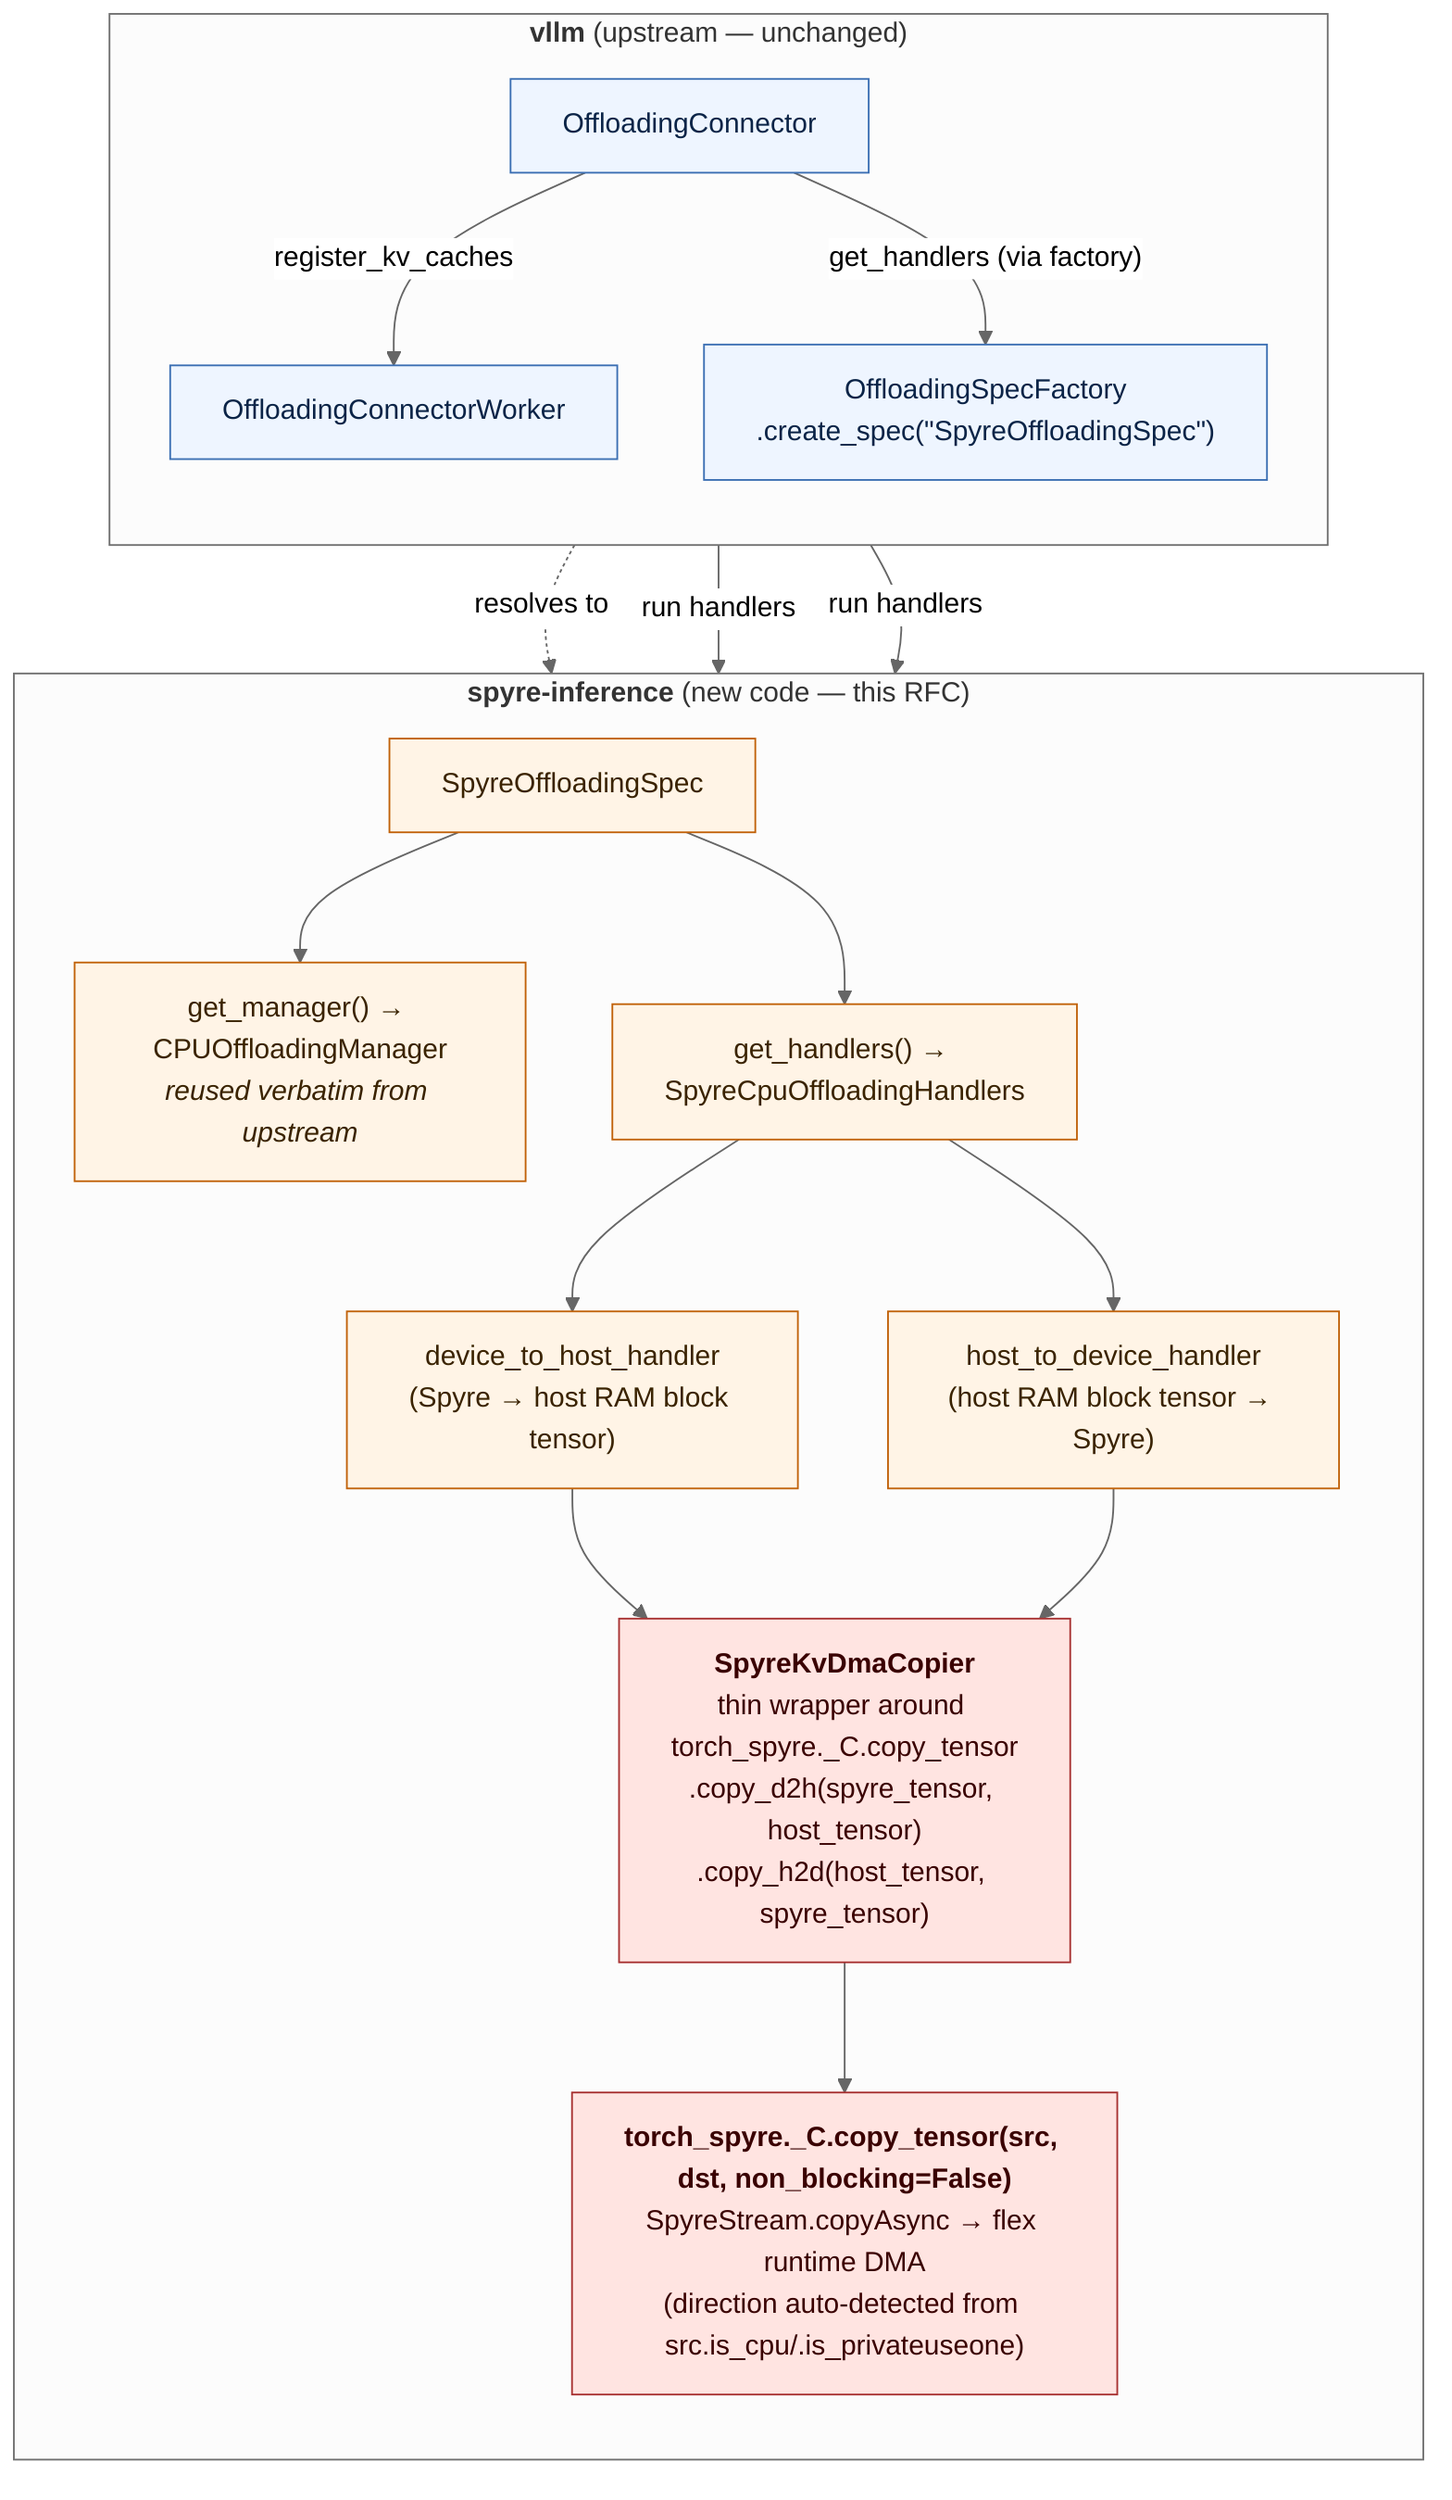
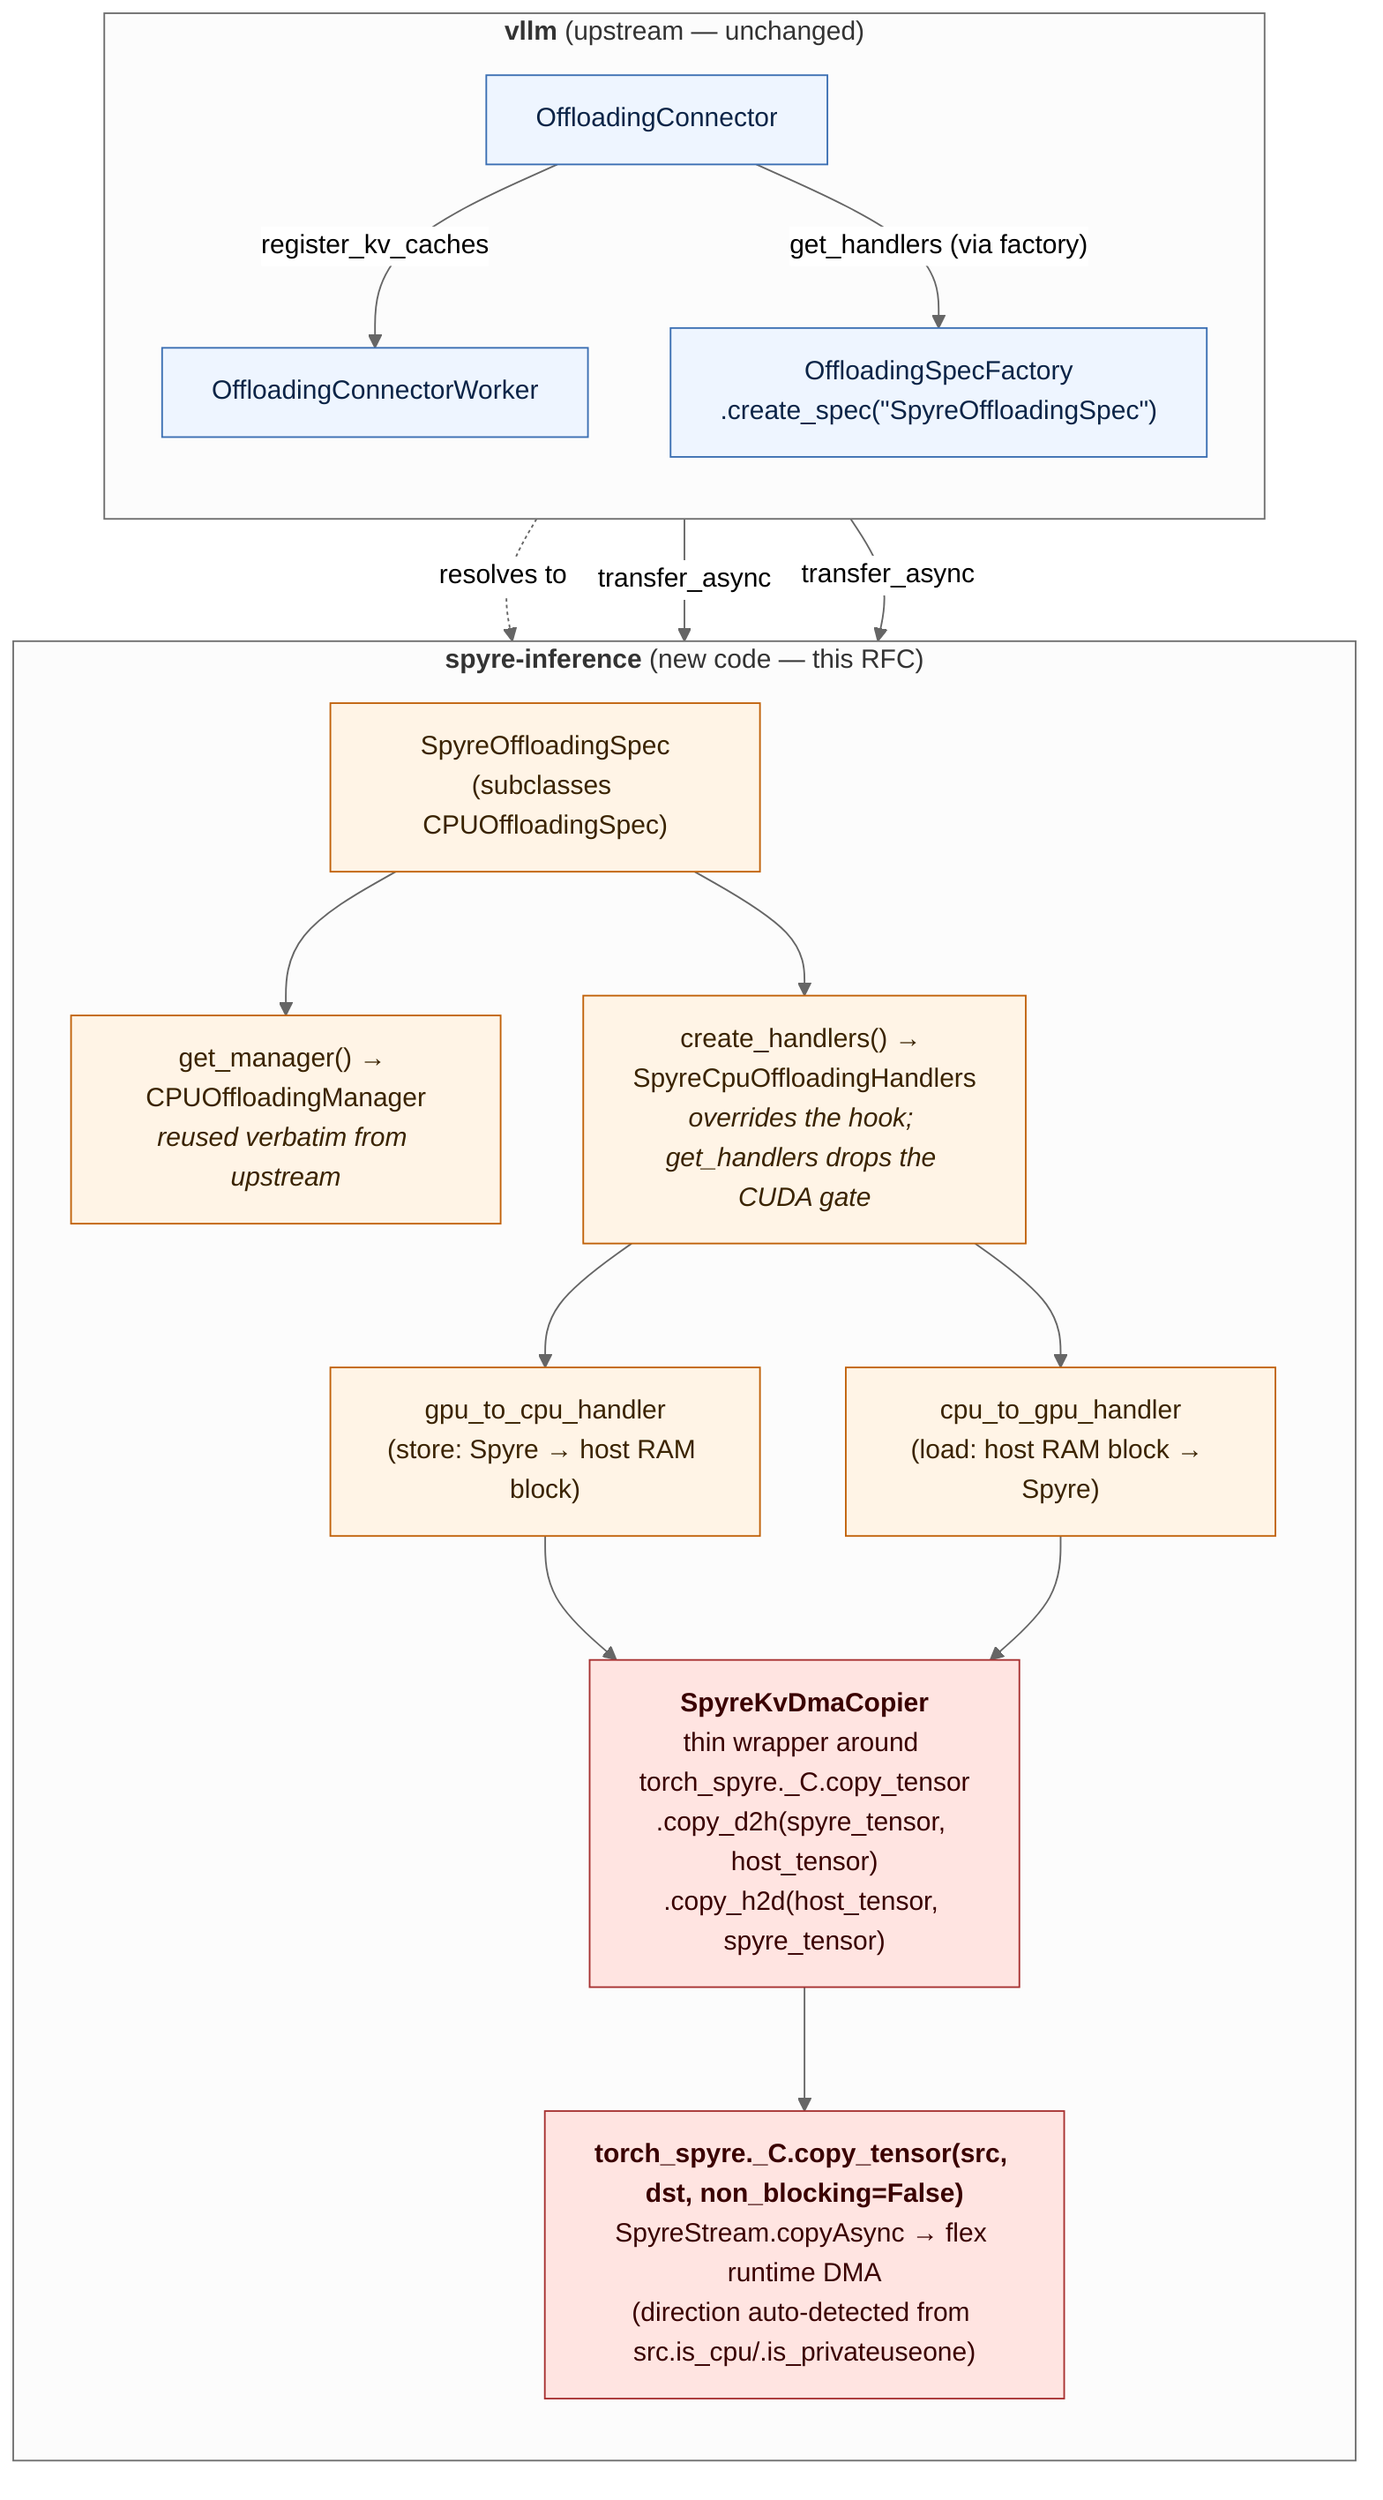
%%{ init: { "flowchart": { "htmlLabels": true, "curve": "basis" }, "theme": "neutral" } }%%
flowchart TB

    subgraph vllm["<b>vllm</b> (upstream — unchanged)"]
        direction TB
        OC["OffloadingConnector"]
        OCW["OffloadingConnectorWorker"]
        Factory["OffloadingSpecFactory<br/>.create_spec(&quot;SpyreOffloadingSpec&quot;)"]
        OC -- "register_kv_caches" --> OCW
        OC -- "get_handlers (via factory)" --> Factory
    end

    subgraph spyre["<b>spyre-inference</b> (new code — this RFC)"]
        direction TB
-         Spec["SpyreOffloadingSpec"]
+         Spec["SpyreOffloadingSpec<br/>(subclasses CPUOffloadingSpec)"]
        Mgr["get_manager() → CPUOffloadingManager<br/><i>reused verbatim from upstream</i>"]
-         Handlers["get_handlers() → SpyreCpuOffloadingHandlers"]
-         D2H["device_to_host_handler<br/>(Spyre → host RAM block tensor)"]
-         H2D["host_to_device_handler<br/>(host RAM block tensor → Spyre)"]
+         Handlers["create_handlers() → SpyreCpuOffloadingHandlers<br/><i>overrides the hook; get_handlers drops the CUDA gate</i>"]
+         D2H["gpu_to_cpu_handler<br/>(store: Spyre → host RAM block)"]
+         H2D["cpu_to_gpu_handler<br/>(load: host RAM block → Spyre)"]
        Copier["<b>SpyreKvDmaCopier</b><br/>thin wrapper around torch_spyre._C.copy_tensor<br/>.copy_d2h(spyre_tensor, host_tensor)<br/>.copy_h2d(host_tensor, spyre_tensor)"]
        Backend["<b>torch_spyre._C.copy_tensor(src, dst, non_blocking=False)</b><br/>SpyreStream.copyAsync → flex runtime DMA<br/>(direction auto-detected from src.is_cpu/.is_privateuseone)"]

        Spec --> Mgr
        Spec --> Handlers
        Handlers --> D2H
        Handlers --> H2D
        D2H --> Copier
        H2D --> Copier
        Copier --> Backend
    end

    Factory -. "resolves to" .-> Spec
-     OCW -- "run handlers" --> D2H
-     OCW -- "run handlers" --> H2D
+     OCW -- "transfer_async" --> D2H
+     OCW -- "transfer_async" --> H2D

    classDef upstream fill:#eef5ff,stroke:#3b6fb3,color:#0b2447
    classDef plugin fill:#fff4e6,stroke:#c1620a,color:#3a2300
    classDef hot fill:#ffe4e1,stroke:#a83232,color:#3a0000

    class OC,OCW,Factory upstream
    class Spec,Mgr,Handlers,D2H,H2D plugin
    class Copier,Backend hot
